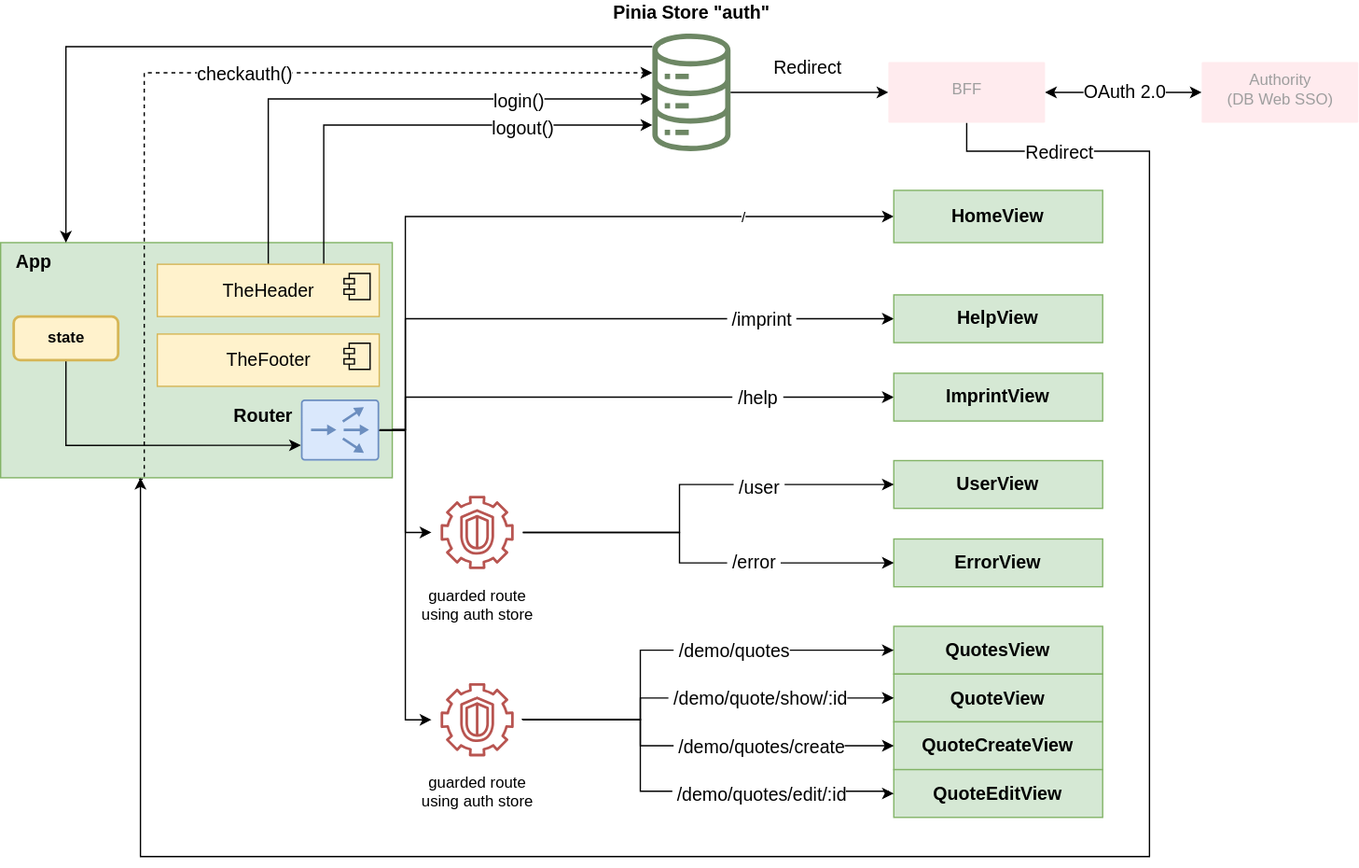
The draw.io diagram src/control-center/docs/architecture.drawio.svg in OpenRail-Playground/PopupSim, before a commit. Source tidied: cells renumbered, new cells last; positions are measured from the earlier drawing's top-left corner, leaving out a move shared by most shapes. The source it was exported from:
```xml
<mxGraphModel>
  <root>
    <mxCell id="0" />
    <mxCell id="1" parent="0" />
    <mxCell id="2" value="App" style="rounded=0;whiteSpace=wrap;html=1;fillColor=#d5e8d4;strokeColor=#82b366;fontStyle=1;fontSize=14;align=left;spacingLeft=10;verticalAlign=top;" parent="1" vertex="1">
      <mxGeometry y="160" width="300" height="180" as="geometry" />
    </mxCell>
    <mxCell id="3" style="edgeStyle=orthogonalEdgeStyle;rounded=0;jettySize=auto;html=1;fontSize=14;fontColor=#000000;" parent="1" edge="1" source="6">
      <mxGeometry relative="1" as="geometry">
        <mxPoint x="50" y="160" as="targetPoint" />
        <Array as="points">
          <mxPoint x="50" y="10" />
        </Array>
      </mxGeometry>
    </mxCell>
    <mxCell id="4" style="edgeStyle=orthogonalEdgeStyle;rounded=0;jettySize=auto;html=1;entryX=0;entryY=0.5;entryDx=0;entryDy=0;entryPerimeter=0;fontSize=14;fontColor=#000000;startArrow=none;startFill=0;endArrow=classic;endFill=1;" parent="1" edge="1" source="6" target="36">
      <mxGeometry relative="1" as="geometry" />
    </mxCell>
    <mxCell id="5" value="Redirect" style="edgeLabel;html=1;align=center;verticalAlign=middle;fontSize=14;fontColor=#000000;" parent="4" vertex="1">
      <mxGeometry x="0.33" y="-1" relative="1" as="geometry">
        <mxPoint x="-23" y="-20" as="offset" />
      </mxGeometry>
    </mxCell>
    <mxCell id="6" value="&lt;font color=&quot;#000000&quot; style=&quot;font-size: 14px;&quot;&gt;Pinia Store &quot;auth&quot;&lt;/font&gt;" style="sketch=0;outlineConnect=0;fillColor=#6d8764;strokeColor=#3A5431;dashed=0;verticalLabelPosition=top;verticalAlign=bottom;align=center;html=1;fontSize=14;fontStyle=1;shape=mxgraph.aws4.iot_analytics_data_store;fontColor=#ffffff;labelPosition=center;spacingBottom=5;" parent="1" vertex="1">
      <mxGeometry x="498" width="62.3" height="90" as="geometry" />
    </mxCell>
    <mxCell id="7" style="edgeStyle=orthogonalEdgeStyle;rounded=0;jettySize=auto;html=1;entryX=0;entryY=0.5;entryDx=0;entryDy=0;fontSize=14;fontColor=#000000;" parent="1" edge="1" target="19">
      <mxGeometry relative="1" as="geometry">
        <mxPoint x="300" y="303" as="sourcePoint" />
        <Array as="points">
          <mxPoint x="310" y="303" />
          <mxPoint x="310" y="218" />
        </Array>
      </mxGeometry>
    </mxCell>
    <mxCell id="8" value="&amp;nbsp;/imprint&amp;nbsp;" style="edgeLabel;html=1;align=center;verticalAlign=middle;fontSize=14;fontColor=#000000;" parent="7" vertex="1">
      <mxGeometry x="0.45" y="-3" relative="1" as="geometry">
        <mxPoint x="28" y="-3" as="offset" />
      </mxGeometry>
    </mxCell>
    <mxCell id="9" style="edgeStyle=orthogonalEdgeStyle;rounded=0;jettySize=auto;html=1;exitX=1;exitY=0.5;exitDx=0;exitDy=0;exitPerimeter=0;entryX=0;entryY=0.5;entryDx=0;entryDy=0;fontSize=14;fontColor=#000000;" parent="1" edge="1" source="14" target="18">
      <mxGeometry relative="1" as="geometry">
        <Array as="points">
          <mxPoint x="310" y="303" />
          <mxPoint x="310" y="278" />
        </Array>
      </mxGeometry>
    </mxCell>
    <mxCell id="10" value="&amp;nbsp;/help&amp;nbsp;" style="edgeLabel;html=1;align=center;verticalAlign=middle;fontSize=14;fontColor=#000000;" parent="9" vertex="1">
      <mxGeometry x="0.1" y="-1" relative="1" as="geometry">
        <mxPoint x="84" y="-1" as="offset" />
      </mxGeometry>
    </mxCell>
    <mxCell id="11" style="edgeStyle=orthogonalEdgeStyle;rounded=0;jettySize=auto;html=1;entryX=0;entryY=0.5;entryDx=0;entryDy=0;entryPerimeter=0;fontSize=14;fontColor=#000000;" parent="1" edge="1" source="14" target="25">
      <mxGeometry relative="1" as="geometry">
        <Array as="points">
          <mxPoint x="310" y="304" />
          <mxPoint x="310" y="382" />
        </Array>
      </mxGeometry>
    </mxCell>
    <mxCell id="12" style="edgeStyle=none;html=1;entryX=0;entryY=0.5;entryDx=0;entryDy=0;rounded=0;" parent="1" edge="1" source="14" target="17">
      <mxGeometry relative="1" as="geometry">
        <Array as="points">
          <mxPoint x="310" y="303" />
          <mxPoint x="310" y="140" />
        </Array>
      </mxGeometry>
    </mxCell>
    <mxCell id="13" value="/" style="edgeLabel;html=1;align=center;verticalAlign=middle;" parent="12" vertex="1">
      <mxGeometry x="0.59" relative="1" as="geometry" />
    </mxCell>
    <mxCell id="14" value="Router" style="sketch=0;points=[[0.015,0.015,0],[0.985,0.015,0],[0.985,0.985,0],[0.015,0.985,0],[0.25,0,0],[0.5,0,0],[0.75,0,0],[1,0.25,0],[1,0.5,0],[1,0.75,0],[0.75,1,0],[0.5,1,0],[0.25,1,0],[0,0.75,0],[0,0.5,0],[0,0.25,0]];verticalLabelPosition=middle;html=1;verticalAlign=middle;align=right;shape=mxgraph.cisco19.rect;prIcon=content_router;fillColor=#dae8fc;strokeColor=#6c8ebf;fontSize=14;fontStyle=1;labelPosition=left;spacing=2;spacingRight=5;spacingBottom=20;" parent="1" vertex="1">
      <mxGeometry x="230" y="280" width="60" height="46.9" as="geometry" />
    </mxCell>
    <mxCell id="15" style="edgeStyle=orthogonalEdgeStyle;rounded=0;jettySize=auto;html=1;entryX=0;entryY=0.75;entryDx=0;entryDy=0;entryPerimeter=0;fontSize=14;fontColor=#000000;startArrow=none;startFill=0;endArrow=classic;endFill=1;" parent="1" edge="1" source="16" target="14">
      <mxGeometry relative="1" as="geometry">
        <Array as="points">
          <mxPoint x="50" y="315" />
        </Array>
      </mxGeometry>
    </mxCell>
    <mxCell id="16" value="state" style="dashed=0;html=1;rounded=1;strokeColor=#d6b656;fontSize=12;align=center;fontStyle=1;strokeWidth=2;fillColor=#fff2cc;" parent="1" vertex="1">
      <mxGeometry x="10" y="216.6" width="80" height="33.4" as="geometry" />
    </mxCell>
    <mxCell id="17" value="HomeView" style="rounded=0;whiteSpace=wrap;html=1;fillColor=#d5e8d4;strokeColor=#82b366;fontStyle=1;fontSize=14;align=center;spacingLeft=0;verticalAlign=middle;" parent="1" vertex="1">
      <mxGeometry x="684.2" y="120" width="160" height="40" as="geometry" />
    </mxCell>
    <mxCell id="18" value="ImprintView" style="rounded=0;whiteSpace=wrap;html=1;fillColor=#d5e8d4;strokeColor=#82b366;fontStyle=1;fontSize=14;align=center;spacingLeft=0;" parent="1" vertex="1">
      <mxGeometry x="684.2" y="260" width="160" height="36.6" as="geometry" />
    </mxCell>
    <mxCell id="19" value="HelpView" style="rounded=0;whiteSpace=wrap;html=1;fillColor=#d5e8d4;strokeColor=#82b366;fontStyle=1;fontSize=14;align=center;spacingLeft=0;" parent="1" vertex="1">
      <mxGeometry x="684.2" y="200" width="160" height="36.6" as="geometry" />
    </mxCell>
    <mxCell id="20" value="ErrorView" style="rounded=0;whiteSpace=wrap;html=1;fillColor=#d5e8d4;strokeColor=#82b366;fontStyle=1;fontSize=14;align=center;spacingLeft=0;" parent="1" vertex="1">
      <mxGeometry x="684.2" y="386.9" width="160" height="36.6" as="geometry" />
    </mxCell>
    <mxCell id="21" value="UserView" style="rounded=0;whiteSpace=wrap;html=1;fillColor=#d5e8d4;strokeColor=#82b366;fontStyle=1;fontSize=14;align=center;spacingLeft=0;" parent="1" vertex="1">
      <mxGeometry x="684.2" y="326.9" width="160" height="36.6" as="geometry" />
    </mxCell>
    <mxCell id="22" style="edgeStyle=orthogonalEdgeStyle;rounded=0;jettySize=auto;html=1;entryX=0;entryY=0.5;entryDx=0;entryDy=0;fontSize=14;fontColor=#000000;" parent="1" edge="1" source="25" target="21">
      <mxGeometry relative="1" as="geometry">
        <Array as="points">
          <mxPoint x="520" y="382" />
          <mxPoint x="520" y="345" />
        </Array>
      </mxGeometry>
    </mxCell>
    <mxCell id="23" value="&amp;nbsp;/user&amp;nbsp;" style="edgeLabel;html=1;align=center;verticalAlign=middle;fontSize=14;fontColor=#000000;" parent="22" vertex="1">
      <mxGeometry x="0.62" relative="1" as="geometry">
        <mxPoint x="-43" y="2" as="offset" />
      </mxGeometry>
    </mxCell>
    <mxCell id="24" value="&amp;nbsp;/error&amp;nbsp;" style="edgeStyle=orthogonalEdgeStyle;rounded=0;jettySize=auto;html=1;entryX=0;entryY=0.5;entryDx=0;entryDy=0;fontSize=14;fontColor=#000000;" parent="1" edge="1" source="25" target="20">
      <mxGeometry x="0.3" relative="1" as="geometry">
        <Array as="points">
          <mxPoint x="520" y="382" />
          <mxPoint x="520" y="405" />
        </Array>
      </mxGeometry>
    </mxCell>
    <mxCell id="25" value="guarded route&lt;br&gt;using auth store" style="sketch=0;points=[[0,0,0],[0.25,0,0],[0.5,0,0],[0.75,0,0],[1,0,0],[0,1,0],[0.25,1,0],[0.5,1,0],[0.75,1,0],[1,1,0],[0,0.25,0],[0,0.5,0],[0,0.75,0],[1,0.25,0],[1,0.5,0],[1,0.75,0]];outlineConnect=0;gradientDirection=north;fillColor=none;strokeColor=#b85450;dashed=0;verticalLabelPosition=bottom;verticalAlign=top;align=center;html=1;fontSize=12;fontStyle=0;shape=mxgraph.aws4.resourceIcon;resIcon=mxgraph.aws4.guardduty;" parent="1" vertex="1">
      <mxGeometry x="330" y="346.9" width="70" height="70" as="geometry" />
    </mxCell>
    <mxCell id="26" style="edgeStyle=orthogonalEdgeStyle;rounded=0;jettySize=auto;html=1;fontSize=14;fontColor=#000000;startArrow=none;startFill=0;endArrow=classic;endFill=1;" parent="1" edge="1" source="30" target="6">
      <mxGeometry relative="1" as="geometry">
        <Array as="points">
          <mxPoint x="205" y="50" />
        </Array>
      </mxGeometry>
    </mxCell>
    <mxCell id="27" value="login()" style="edgeLabel;html=1;align=center;verticalAlign=middle;fontSize=14;fontColor=#000000;" parent="26" vertex="1">
      <mxGeometry x="0.51" y="-1" relative="1" as="geometry" />
    </mxCell>
    <mxCell id="28" style="edgeStyle=orthogonalEdgeStyle;rounded=0;jettySize=auto;html=1;exitX=0.75;exitY=0;exitDx=0;exitDy=0;fontSize=14;fontColor=#000000;startArrow=none;startFill=0;endArrow=classic;endFill=1;" parent="1" edge="1" source="30" target="6">
      <mxGeometry relative="1" as="geometry">
        <Array as="points">
          <mxPoint x="248" y="70" />
        </Array>
      </mxGeometry>
    </mxCell>
    <mxCell id="29" value="logout()" style="edgeLabel;html=1;align=center;verticalAlign=middle;fontSize=14;fontColor=#000000;" parent="28" vertex="1">
      <mxGeometry x="0.45" y="-2" relative="1" as="geometry" />
    </mxCell>
    <mxCell id="30" value="TheHeader" style="html=1;fontSize=14;fillColor=#fff2cc;align=center;strokeColor=#d6b656;" parent="1" vertex="1">
      <mxGeometry x="120" y="176.6" width="170" height="40" as="geometry" />
    </mxCell>
    <mxCell id="31" style="shape=module;jettyWidth=8;jettyHeight=4;fontSize=14;fontColor=#000000;fillColor=none;align=center;" parent="30" vertex="1">
      <mxGeometry x="1" width="20" height="20" relative="1" as="geometry">
        <mxPoint x="-27" y="7" as="offset" />
      </mxGeometry>
    </mxCell>
    <mxCell id="32" value="TheFooter" style="html=1;fontSize=14;fillColor=#fff2cc;align=center;strokeColor=#d6b656;" parent="1" vertex="1">
      <mxGeometry x="120" y="230" width="170" height="40" as="geometry" />
    </mxCell>
    <mxCell id="33" style="shape=module;jettyWidth=8;jettyHeight=4;fontSize=14;fontColor=#000000;fillColor=none;align=center;" parent="32" vertex="1">
      <mxGeometry x="1" width="20" height="20" relative="1" as="geometry">
        <mxPoint x="-27" y="7" as="offset" />
      </mxGeometry>
    </mxCell>
    <mxCell id="34" style="edgeStyle=orthogonalEdgeStyle;rounded=0;jettySize=auto;html=1;fontSize=14;fontColor=#000000;startArrow=none;startFill=0;endArrow=classic;endFill=1;entryX=0.357;entryY=1;entryDx=0;entryDy=0;entryPerimeter=0;exitX=0.5;exitY=1;exitDx=0;exitDy=0;exitPerimeter=0;" parent="1" edge="1" source="36" target="2">
      <mxGeometry relative="1" as="geometry">
        <Array as="points">
          <mxPoint x="740" y="90" />
          <mxPoint x="880" y="90" />
          <mxPoint x="880" y="630" />
          <mxPoint x="107" y="630" />
        </Array>
      </mxGeometry>
    </mxCell>
    <mxCell id="35" value="Redirect" style="edgeLabel;html=1;align=center;verticalAlign=middle;fontSize=14;fontColor=#000000;" parent="34" vertex="1">
      <mxGeometry x="-0.98" y="-4" relative="1" as="geometry">
        <mxPoint x="74" y="4" as="offset" />
      </mxGeometry>
    </mxCell>
    <mxCell id="36" value="BFF" style="sketch=0;points=[[0,0,0],[0.25,0,0],[0.5,0,0],[0.75,0,0],[1,0,0],[1,0.25,0],[1,0.5,0],[1,0.75,0],[1,1,0],[0.75,1,0],[0.5,1,0],[0.25,1,0],[0,1,0],[0,0.75,0],[0,0.5,0],[0,0.25,0]];rounded=1;absoluteArcSize=1;arcSize=2;html=1;strokeColor=none;gradientColor=none;shadow=0;dashed=0;fontSize=12;fontColor=#9E9E9E;align=center;verticalAlign=middle;spacing=10;spacingTop=-4;fillColor=#FFEBEE;" parent="1" vertex="1">
      <mxGeometry x="680" y="21.7" width="120" height="46.6" as="geometry" />
    </mxCell>
    <mxCell id="37" value="QuotesView" style="rounded=0;whiteSpace=wrap;html=1;fillColor=#d5e8d4;strokeColor=#82b366;fontStyle=1;fontSize=14;align=center;spacingLeft=0;" parent="1" vertex="1">
      <mxGeometry x="684.2" y="453.7" width="160" height="36.6" as="geometry" />
    </mxCell>
    <mxCell id="38" style="edgeStyle=orthogonalEdgeStyle;rounded=0;jettySize=auto;html=1;fontSize=14;fontColor=#000000;startArrow=none;startFill=0;endArrow=classic;endFill=1;dashed=1;exitX=0.353;exitY=1.006;exitDx=0;exitDy=0;exitPerimeter=0;" parent="1" edge="1" source="2" target="6">
      <mxGeometry relative="1" as="geometry">
        <Array as="points">
          <mxPoint x="110" y="341" />
          <mxPoint x="110" y="30" />
        </Array>
      </mxGeometry>
    </mxCell>
    <mxCell id="39" value="checkauth()" style="edgeLabel;html=1;align=center;verticalAlign=middle;fontSize=14;fontColor=#000000;" parent="38" vertex="1">
      <mxGeometry x="0.51" y="-1" relative="1" as="geometry">
        <mxPoint x="-140" y="-1" as="offset" />
      </mxGeometry>
    </mxCell>
    <mxCell id="40" value="QuoteView" style="rounded=0;whiteSpace=wrap;html=1;fillColor=#d5e8d4;strokeColor=#82b366;fontStyle=1;fontSize=14;align=center;spacingLeft=0;" parent="1" vertex="1">
      <mxGeometry x="684.2" y="490.3" width="160" height="36.6" as="geometry" />
    </mxCell>
    <mxCell id="41" value="QuoteCreateView" style="rounded=0;whiteSpace=wrap;html=1;fillColor=#d5e8d4;strokeColor=#82b366;fontStyle=1;fontSize=14;align=center;spacingLeft=0;" parent="1" vertex="1">
      <mxGeometry x="684.2" y="526.9" width="160" height="36.6" as="geometry" />
    </mxCell>
    <mxCell id="42" value="QuoteEditView" style="rounded=0;whiteSpace=wrap;html=1;fillColor=#d5e8d4;strokeColor=#82b366;fontStyle=1;fontSize=14;align=center;spacingLeft=0;" parent="1" vertex="1">
      <mxGeometry x="684.2" y="563.4" width="160" height="36.6" as="geometry" />
    </mxCell>
    <mxCell id="43" value="guarded route&lt;br&gt;using auth store" style="sketch=0;points=[[0,0,0],[0.25,0,0],[0.5,0,0],[0.75,0,0],[1,0,0],[0,1,0],[0.25,1,0],[0.5,1,0],[0.75,1,0],[1,1,0],[0,0.25,0],[0,0.5,0],[0,0.75,0],[1,0.25,0],[1,0.5,0],[1,0.75,0]];outlineConnect=0;gradientDirection=north;fillColor=none;strokeColor=#b85450;dashed=0;verticalLabelPosition=bottom;verticalAlign=top;align=center;html=1;fontSize=12;fontStyle=0;shape=mxgraph.aws4.resourceIcon;resIcon=mxgraph.aws4.guardduty;" parent="1" vertex="1">
      <mxGeometry x="330" y="490.3" width="70" height="70" as="geometry" />
    </mxCell>
    <mxCell id="44" style="edgeStyle=orthogonalEdgeStyle;rounded=0;jettySize=auto;html=1;entryX=0;entryY=0.5;entryDx=0;entryDy=0;entryPerimeter=0;fontSize=14;fontColor=#000000;" parent="1" edge="1" target="43">
      <mxGeometry relative="1" as="geometry">
        <mxPoint x="290" y="303.9" as="sourcePoint" />
        <Array as="points">
          <mxPoint x="310" y="304" />
          <mxPoint x="310" y="525" />
        </Array>
      </mxGeometry>
    </mxCell>
    <mxCell id="45" style="edgeStyle=orthogonalEdgeStyle;rounded=0;jettySize=auto;html=1;entryX=0;entryY=0.5;entryDx=0;entryDy=0;fontSize=14;fontColor=#000000;exitX=1;exitY=0.5;exitDx=0;exitDy=0;exitPerimeter=0;" parent="1" edge="1" source="43" target="37">
      <mxGeometry relative="1" as="geometry">
        <Array as="points">
          <mxPoint x="490" y="525" />
          <mxPoint x="490" y="472" />
        </Array>
      </mxGeometry>
    </mxCell>
    <mxCell id="46" value="&amp;nbsp;/demo/quotes" style="edgeLabel;html=1;align=center;verticalAlign=middle;fontSize=14;fontColor=#000000;" parent="45" vertex="1">
      <mxGeometry x="0.62" relative="1" as="geometry">
        <mxPoint x="-61" as="offset" />
      </mxGeometry>
    </mxCell>
    <mxCell id="47" style="edgeStyle=orthogonalEdgeStyle;rounded=0;jettySize=auto;html=1;entryX=0;entryY=0.5;entryDx=0;entryDy=0;fontSize=14;fontColor=#000000;exitX=1;exitY=0.5;exitDx=0;exitDy=0;exitPerimeter=0;" parent="1" edge="1" target="40">
      <mxGeometry relative="1" as="geometry">
        <mxPoint x="400" y="525" as="sourcePoint" />
        <Array as="points">
          <mxPoint x="490" y="525" />
          <mxPoint x="490" y="509" />
        </Array>
      </mxGeometry>
    </mxCell>
    <mxCell id="48" value="&amp;nbsp;/demo/quote/show/:id" style="edgeLabel;html=1;align=center;verticalAlign=middle;fontSize=14;fontColor=#000000;" parent="47" vertex="1">
      <mxGeometry x="0.62" relative="1" as="geometry">
        <mxPoint x="-48" as="offset" />
      </mxGeometry>
    </mxCell>
    <mxCell id="49" style="edgeStyle=orthogonalEdgeStyle;rounded=0;jettySize=auto;html=1;entryX=0;entryY=0.5;entryDx=0;entryDy=0;fontSize=14;fontColor=#000000;exitX=1;exitY=0.5;exitDx=0;exitDy=0;exitPerimeter=0;" parent="1" edge="1" source="43" target="41">
      <mxGeometry relative="1" as="geometry">
        <Array as="points">
          <mxPoint x="490" y="525" />
          <mxPoint x="490" y="545" />
        </Array>
      </mxGeometry>
    </mxCell>
    <mxCell id="50" value="&amp;nbsp;/demo/quotes/create" style="edgeLabel;html=1;align=center;verticalAlign=middle;fontSize=14;fontColor=#000000;" parent="49" vertex="1">
      <mxGeometry x="0.62" relative="1" as="geometry">
        <mxPoint x="-47" as="offset" />
      </mxGeometry>
    </mxCell>
    <mxCell id="51" style="edgeStyle=orthogonalEdgeStyle;rounded=0;jettySize=auto;html=1;entryX=0;entryY=0.5;entryDx=0;entryDy=0;fontSize=14;fontColor=#000000;exitX=1;exitY=0.5;exitDx=0;exitDy=0;exitPerimeter=0;" parent="1" edge="1" target="42">
      <mxGeometry relative="1" as="geometry">
        <mxPoint x="399.2" y="524.9" as="sourcePoint" />
        <Array as="points">
          <mxPoint x="490" y="525" />
          <mxPoint x="490" y="580" />
          <mxPoint x="680" y="580" />
          <mxPoint x="680" y="582" />
        </Array>
      </mxGeometry>
    </mxCell>
    <mxCell id="52" value="&amp;nbsp;/demo/quotes/edit/:id" style="edgeLabel;html=1;align=center;verticalAlign=middle;fontSize=14;fontColor=#000000;" parent="51" vertex="1">
      <mxGeometry x="0.62" relative="1" as="geometry">
        <mxPoint x="-41" y="2" as="offset" />
      </mxGeometry>
    </mxCell>
    <mxCell id="53" style="edgeStyle=orthogonalEdgeStyle;rounded=0;jettySize=auto;html=1;startArrow=classic;startFill=1;entryX=1;entryY=0.5;entryDx=0;entryDy=0;entryPerimeter=0;" parent="1" edge="1" source="55" target="36">
      <mxGeometry relative="1" as="geometry" />
    </mxCell>
    <mxCell id="54" value="OAuth 2.0" style="edgeLabel;html=1;align=center;verticalAlign=middle;fontSize=14;" parent="53" vertex="1">
      <mxGeometry x="0.16" y="-1" relative="1" as="geometry">
        <mxPoint x="10" y="1" as="offset" />
      </mxGeometry>
    </mxCell>
    <mxCell id="55" value="Authority&lt;br&gt;(DB Web SSO)" style="sketch=0;points=[[0,0,0],[0.25,0,0],[0.5,0,0],[0.75,0,0],[1,0,0],[1,0.25,0],[1,0.5,0],[1,0.75,0],[1,1,0],[0.75,1,0],[0.5,1,0],[0.25,1,0],[0,1,0],[0,0.75,0],[0,0.5,0],[0,0.25,0]];rounded=1;absoluteArcSize=1;arcSize=2;html=1;strokeColor=none;gradientColor=none;shadow=0;dashed=0;fontSize=12;fontColor=#9E9E9E;align=center;verticalAlign=middle;spacing=10;spacingTop=-4;fillColor=#FFEBEE;" parent="1" vertex="1">
      <mxGeometry x="920" y="21.7" width="120" height="46.6" as="geometry" />
    </mxCell>
  </root>
</mxGraphModel>
```
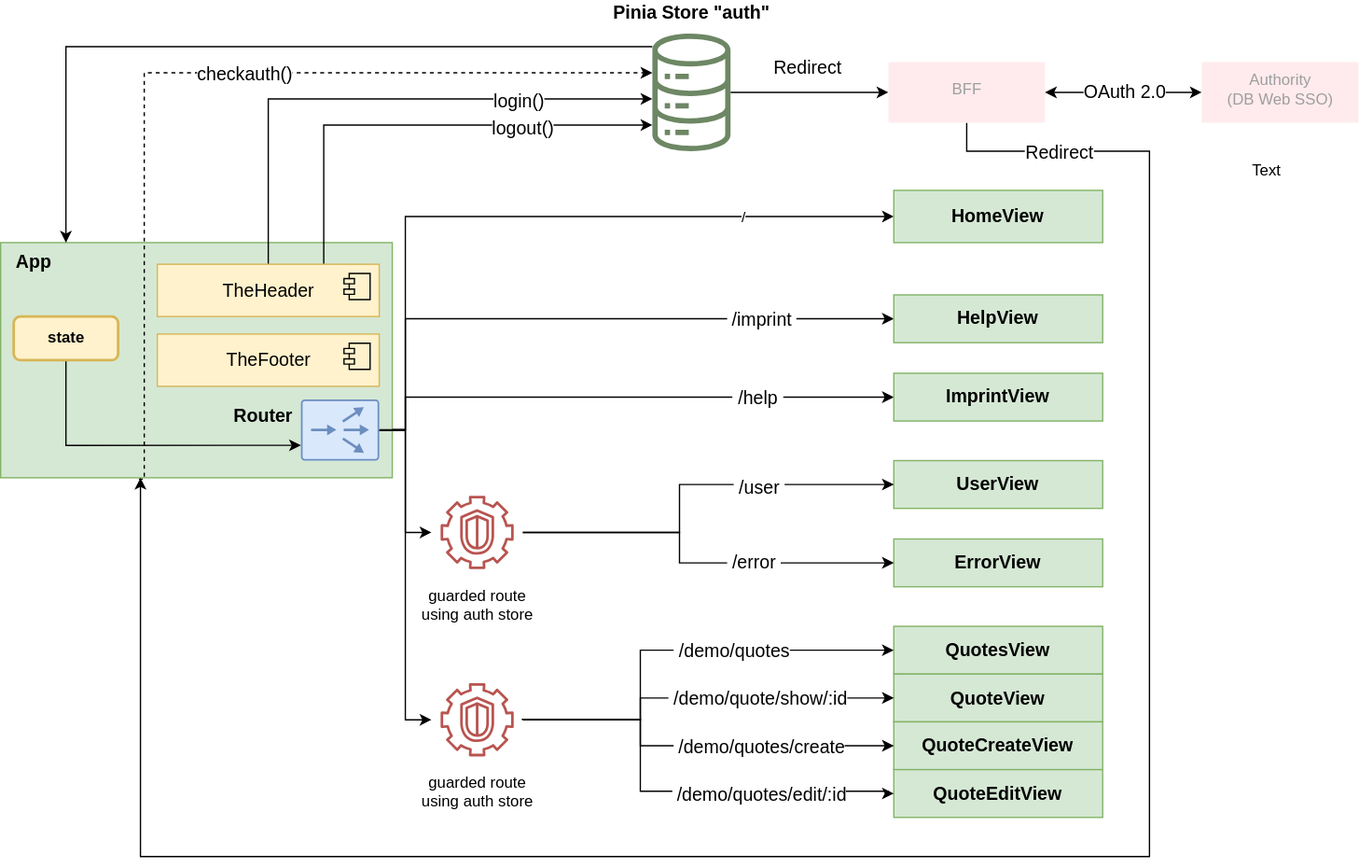
The same diagram one commit later.

The edit, as a diff of the source:
```diff
@@ -280,5 +280,8 @@
     <mxCell id="55" value="Authority&lt;br&gt;(DB Web SSO)" style="sketch=0;points=[[0,0,0],[0.25,0,0],[0.5,0,0],[0.75,0,0],[1,0,0],[1,0.25,0],[1,0.5,0],[1,0.75,0],[1,1,0],[0.75,1,0],[0.5,1,0],[0.25,1,0],[0,1,0],[0,0.75,0],[0,0.5,0],[0,0.25,0]];rounded=1;absoluteArcSize=1;arcSize=2;html=1;strokeColor=none;gradientColor=none;shadow=0;dashed=0;fontSize=12;fontColor=#9E9E9E;align=center;verticalAlign=middle;spacing=10;spacingTop=-4;fillColor=#FFEBEE;" parent="1" vertex="1">
       <mxGeometry x="920" y="21.7" width="120" height="46.6" as="geometry" />
     </mxCell>
+    <mxCell id="56" value="Text" style="text;strokeColor=none;align=center;fillColor=none;html=1;verticalAlign=middle;whiteSpace=wrap;rounded=0;" parent="1" vertex="1">
+      <mxGeometry x="940" y="90" width="60" height="30" as="geometry" />
+    </mxCell>
   </root>
 </mxGraphModel>
```
